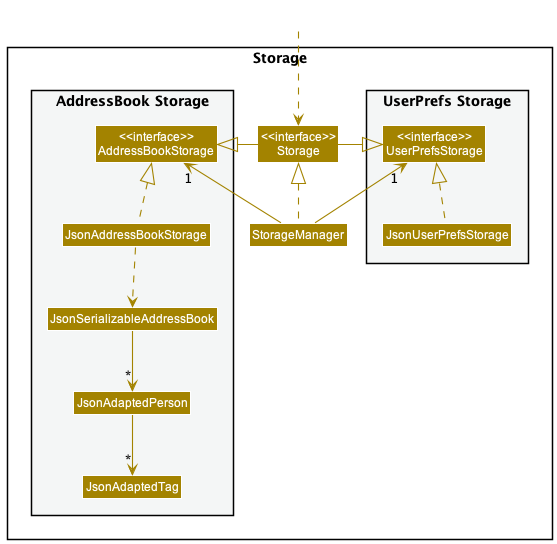
Above: docs/images/StorageClassDiagram.png in nus-cs2103-AY2223S1/tp (PlantUML), before the change.
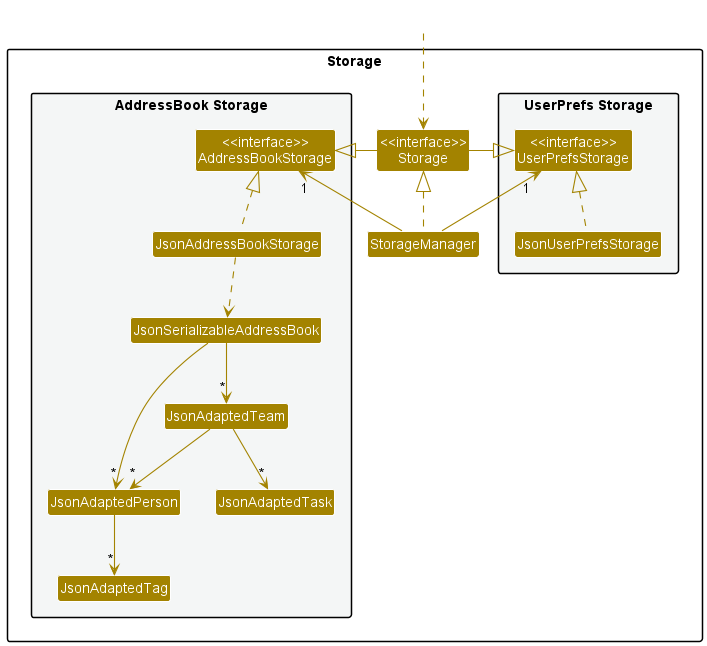
After the commit.

Commit message:
Edit storage UML diagram

What changed in the source:
```diff
@@ -20,6 +20,8 @@
 Class JsonSerializableAddressBook
 Class JsonAdaptedPerson
 Class JsonAdaptedTag
+Class JsonAdaptedTask
+CLass JsonAdaptedTeam
 }
 
 }
@@ -37,7 +39,10 @@
 JsonUserPrefsStorage .up.|> UserPrefsStorage
 JsonAddressBookStorage .up.|> AddressBookStorage
 JsonAddressBookStorage ..> JsonSerializableAddressBook
+JsonAdaptedTeam --> "*" JsonAdaptedPerson
+JsonAdaptedTeam --> "*" JsonAdaptedTask
 JsonSerializableAddressBook --> "*" JsonAdaptedPerson
+JsonSerializableAddressBook --> "*" JsonAdaptedTeam
 JsonAdaptedPerson --> "*" JsonAdaptedTag
 
 @enduml
```
